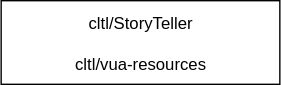
Before: doc/stack-diagram.svg, a diagram exported from draw.io (cltl/StoryTeller). Source tidied: cells renumbered, new cells last; positions are measured from the earlier drawing's top-left corner, leaving out a move shared by most shapes.
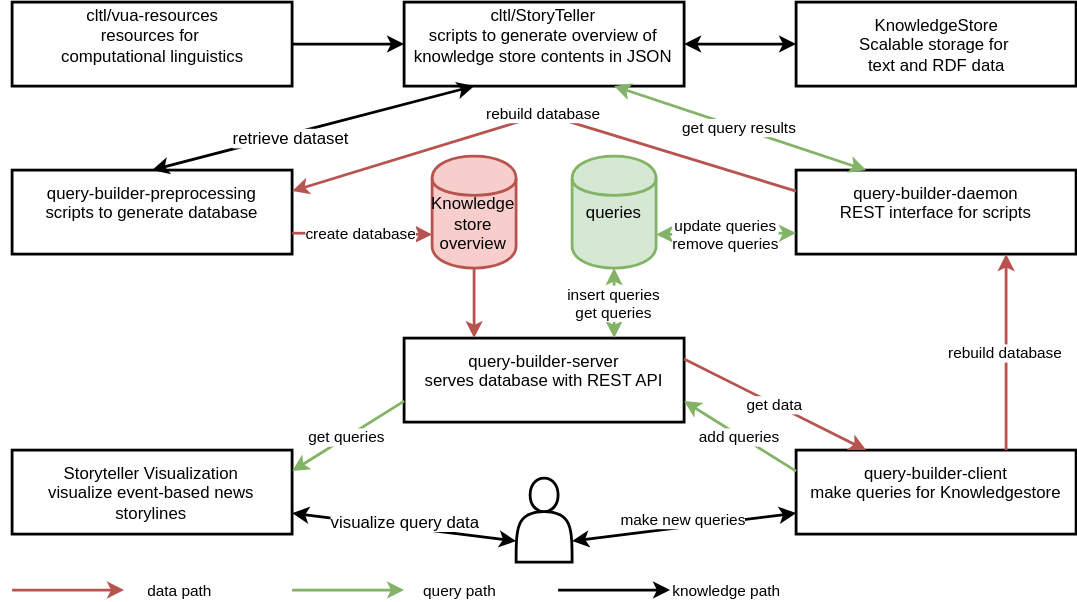
Above is the later version.

What changed in the source:
```diff
@@ -2,8 +2,117 @@
   <root>
     <mxCell id="0" />
     <mxCell id="1" parent="0" />
-    <mxCell id="2" value="&lt;div&gt;&lt;a href=&quot;https://github.com/cltl/StoryTeller&quot;&gt;cltl/StoryTeller&lt;/a&gt;&lt;/div&gt;&lt;div&gt;&lt;br&gt;&lt;/div&gt;&lt;a href=&quot;https://github.com/cltl/vua-resources&quot;&gt;cltl/vua-resources&lt;/a&gt;" style="whiteSpace=wrap;html=1;" parent="1" vertex="1">
+    <mxCell id="2" value="&lt;div&gt;&lt;a href=&quot;https://github.com/cltl/StoryTeller&quot;&gt;cltl/StoryTeller&lt;/a&gt;&lt;/div&gt;&lt;div&gt;scripts to generate overview of knowledge store contents in JSON&lt;/div&gt;&lt;br&gt;" style="whiteSpace=wrap;html=1;rounded=0;strokeWidth=2;" parent="1" vertex="1">
       <mxGeometry width="200" height="60" as="geometry" />
     </mxCell>
+    <mxCell id="3" value="&lt;a href=&quot;https://github.com/NLeSC-Storyteller/query-builder-preprocessing&quot;&gt;query-builder-preprocessing&lt;/a&gt;&lt;div&gt;&lt;span&gt;scripts to generate database&lt;/span&gt;&lt;br&gt;&lt;/div&gt;&lt;div&gt;&lt;br&gt;&lt;/div&gt;" style="whiteSpace=wrap;html=1;rounded=0;strokeWidth=2;" parent="1" vertex="1">
+      <mxGeometry x="-280" y="120" width="200" height="60" as="geometry" />
+    </mxCell>
+    <mxCell id="4" value="&lt;div&gt;&lt;span&gt;&lt;a href=&quot;https://github.com/cltl/vua-resources&quot;&gt;cltl/vua-resources&lt;/a&gt;&lt;/span&gt;&lt;br&gt;&lt;/div&gt;&lt;div&gt;resources for&amp;nbsp;&lt;/div&gt;&lt;div&gt;computational linguistics&lt;/div&gt;&lt;br&gt;" style="whiteSpace=wrap;html=1;rounded=0;strokeWidth=2;" parent="1" vertex="1">
+      <mxGeometry x="-280" width="200" height="60" as="geometry" />
+    </mxCell>
+    <mxCell id="5" value="&lt;a href=&quot;https://github.com/NLeSC-Storyteller/query-builder-server&quot;&gt;query-builder-server&lt;/a&gt;&lt;br&gt;&lt;div&gt;serves database with REST API&lt;/div&gt;&lt;div&gt;&lt;br&gt;&lt;/div&gt;" style="whiteSpace=wrap;html=1;rounded=0;strokeWidth=2;" parent="1" vertex="1">
+      <mxGeometry y="240" width="200" height="60" as="geometry" />
+    </mxCell>
+    <mxCell id="6" value="&lt;a href=&quot;https://github.com/NLeSC-Storyteller/query-builder-daemon&quot;&gt;query-builder-daemon&lt;/a&gt;&lt;br&gt;&lt;div&gt;REST interface for scripts&lt;/div&gt;&lt;div&gt;&lt;br&gt;&lt;/div&gt;" style="whiteSpace=wrap;html=1;rounded=0;strokeWidth=2;" parent="1" vertex="1">
+      <mxGeometry x="280" y="120" width="200" height="60" as="geometry" />
+    </mxCell>
+    <mxCell id="7" style="endArrow=none;startArrow=classic;html=1;entryX=1;entryY=0.5;exitX=0;exitY=0.5;startFill=1;endFill=0;strokeWidth=2;" parent="1" edge="1" source="2" target="4">
+      <mxGeometry relative="1" as="geometry" />
+    </mxCell>
+    <mxCell id="8" style="endArrow=classic;startArrow=classic;html=1;entryX=0.25;entryY=1;exitX=0.5;exitY=0;endFill=1;startFill=1;strokeWidth=2;" parent="1" edge="1" source="3" target="2">
+      <mxGeometry relative="1" as="geometry" />
+    </mxCell>
+    <mxCell id="9" value="retrieve dataset" style="text;html=1;align=center;verticalAlign=middle;labelBackgroundColor=#ffffff;" parent="8" vertex="1">
+      <mxGeometry x="-0.14" y="-2" relative="1" as="geometry" />
+    </mxCell>
+    <mxCell id="10" value="create database" style="endArrow=classic;html=1;entryX=0;entryY=0.7;exitX=1;exitY=0.75;strokeWidth=2;fillColor=#f8cecc;strokeColor=#b85450;" parent="1" edge="1" source="3" target="20">
+      <mxGeometry relative="1" as="geometry" />
+    </mxCell>
+    <mxCell id="11" value="insert queries&lt;div&gt;get queries&lt;/div&gt;" style="endArrow=classic;html=1;entryX=0.5;entryY=1;exitX=0.75;exitY=0;startArrow=classic;startFill=1;fillColor=#d5e8d4;strokeColor=#82b366;strokeWidth=2;" parent="1" edge="1" source="5" target="23">
+      <mxGeometry relative="1" as="geometry" />
+    </mxCell>
+    <mxCell id="12" value="&amp;nbsp;rebuild database&amp;nbsp;" style="endArrow=classic;html=1;exitX=0;exitY=0.25;fillColor=#f8cecc;strokeColor=#b85450;strokeWidth=2;" parent="1" edge="1" source="6">
+      <mxGeometry relative="1" as="geometry">
+        <mxPoint x="-80" y="135" as="targetPoint" />
+        <Array as="points">
+          <mxPoint x="100" y="80" />
+        </Array>
+      </mxGeometry>
+    </mxCell>
+    <mxCell id="13" value="&lt;a href=&quot;https://github.com/NLeSC-Storyteller/query-builder-client&quot;&gt;query-builder-client&lt;/a&gt;&lt;br&gt;&lt;div&gt;make queries for Knowledgestore&lt;/div&gt;&lt;div&gt;&lt;br&gt;&lt;/div&gt;" style="whiteSpace=wrap;html=1;rounded=0;strokeWidth=2;" parent="1" vertex="1">
+      <mxGeometry x="280" y="320" width="200" height="60" as="geometry" />
+    </mxCell>
+    <mxCell id="14" value="&lt;div&gt;&lt;a href=&quot;https://knowledgestore.fbk.eu/&quot;&gt;KnowledgeStore&lt;/a&gt;&lt;/div&gt;&lt;div&gt;&lt;span&gt;Scalable storage for&amp;nbsp;&lt;/span&gt;&lt;/div&gt;&lt;div&gt;&lt;span&gt;text and RDF data&lt;/span&gt;&lt;br&gt;&lt;/div&gt;" style="whiteSpace=wrap;html=1;rounded=0;strokeWidth=2;" parent="1" vertex="1">
+      <mxGeometry x="280" width="200" height="60" as="geometry" />
+    </mxCell>
+    <mxCell id="15" style="endArrow=classic;startArrow=classic;html=1;entryX=0;entryY=0.5;exitX=1;exitY=0.5;strokeWidth=2;" parent="1" edge="1" source="2" target="14">
+      <mxGeometry relative="1" as="geometry" />
+    </mxCell>
+    <mxCell id="16" value="rebuild database" style="endArrow=classic;startArrow=none;html=1;entryX=0.75;entryY=1;exitX=0.75;exitY=0;startFill=0;fillColor=#f8cecc;strokeColor=#b85450;strokeWidth=2;" parent="1" edge="1" source="13" target="6">
+      <mxGeometry relative="1" as="geometry" />
+    </mxCell>
+    <mxCell id="17" value="&lt;div&gt;add queries&lt;/div&gt;" style="endArrow=classic;startArrow=none;html=1;entryX=1;entryY=0.75;exitX=0;exitY=0.25;endFill=1;startFill=0;fillColor=#d5e8d4;strokeColor=#82b366;strokeWidth=2;" parent="1" edge="1" source="13" target="5">
+      <mxGeometry relative="1" as="geometry" />
+    </mxCell>
+    <mxCell id="18" value="&lt;div&gt;&lt;a href=&quot;https://github.com/NLeSC/UncertaintyVisualization/&quot;&gt;Storyteller Visualization&lt;/a&gt;&lt;/div&gt;&lt;div&gt;visualize event-based news storylines&lt;/div&gt;" style="whiteSpace=wrap;html=1;rounded=0;strokeWidth=2;" parent="1" vertex="1">
+      <mxGeometry x="-280" y="320" width="200" height="60" as="geometry" />
+    </mxCell>
+    <mxCell id="19" value="get queries" style="endArrow=none;startArrow=classic;html=1;entryX=0;entryY=0.75;exitX=1;exitY=0.25;startFill=1;endFill=0;fillColor=#d5e8d4;strokeColor=#82b366;strokeWidth=2;" parent="1" edge="1" source="18" target="5">
+      <mxGeometry relative="1" as="geometry" />
+    </mxCell>
+    <mxCell id="20" value="&lt;div&gt;&lt;br&gt;&lt;/div&gt;&lt;div&gt;Knowledge&lt;/div&gt;&lt;div&gt;store overview&lt;/div&gt;" style="shape=cylinder;whiteSpace=wrap;html=1;rounded=0;strokeWidth=2;fillColor=#f8cecc;strokeColor=#b85450;" parent="1" vertex="1">
+      <mxGeometry x="20" y="110" width="60" height="80" as="geometry" />
+    </mxCell>
+    <mxCell id="21" value="update queries&lt;div&gt;remove queries&lt;/div&gt;" style="endArrow=classic;startArrow=classic;html=1;entryX=0;entryY=0.75;exitX=1;exitY=0.7;fillColor=#d5e8d4;strokeColor=#82b366;strokeWidth=2;" parent="1" edge="1" source="23" target="6">
+      <mxGeometry relative="1" as="geometry" />
+    </mxCell>
+    <mxCell id="22" style="endArrow=classic;html=1;entryX=0.25;entryY=0;fillColor=#f8cecc;strokeColor=#b85450;strokeWidth=2;" parent="1" edge="1" source="20" target="5">
+      <mxGeometry relative="1" as="geometry" />
+    </mxCell>
+    <mxCell id="23" value="queries" style="shape=cylinder;whiteSpace=wrap;html=1;rounded=0;strokeWidth=2;fillColor=#d5e8d4;strokeColor=#82b366;" parent="1" vertex="1">
+      <mxGeometry x="120" y="110" width="60" height="80" as="geometry" />
+    </mxCell>
+    <mxCell id="24" value="get data" style="endArrow=classic;html=1;strokeWidth=2;entryX=0.25;entryY=0;exitX=1;exitY=0.25;fillColor=#f8cecc;strokeColor=#b85450;" parent="1" edge="1" source="5" target="13">
+      <mxGeometry relative="1" as="geometry" />
+    </mxCell>
+    <mxCell id="25" value="data path" style="endArrow=classic;html=1;strokeWidth=2;fillColor=#f8cecc;strokeColor=#b85450;" parent="1" edge="1">
+      <mxGeometry x="1" y="40" relative="1" as="geometry">
+        <mxPoint x="-280" y="420" as="sourcePoint" />
+        <mxPoint x="-200" y="420" as="targetPoint" />
+        <mxPoint x="40" y="40" as="offset" />
+      </mxGeometry>
+    </mxCell>
+    <mxCell id="26" value="query path" style="endArrow=classic;html=1;strokeWidth=2;fillColor=#d5e8d4;strokeColor=#82b366;" parent="1" edge="1">
+      <mxGeometry x="1" y="40" relative="1" as="geometry">
+        <mxPoint x="-80" y="420" as="sourcePoint" />
+        <mxPoint y="420" as="targetPoint" />
+        <mxPoint x="40" y="40" as="offset" />
+      </mxGeometry>
+    </mxCell>
+    <mxCell id="27" value="knowledge path" style="endArrow=classic;html=1;strokeWidth=2;fillColor=#ffffff;strokeColor=#000000;" parent="1" edge="1">
+      <mxGeometry x="1" y="40" relative="1" as="geometry">
+        <mxPoint x="110" y="420" as="sourcePoint" />
+        <mxPoint x="190" y="420" as="targetPoint" />
+        <mxPoint x="40" y="40" as="offset" />
+      </mxGeometry>
+    </mxCell>
+    <mxCell id="28" value="get query results" style="endArrow=classic;html=1;strokeWidth=2;entryX=0.75;entryY=1;exitX=0.25;exitY=0;fillColor=#d5e8d4;strokeColor=#82b366;startArrow=classic;startFill=1;" parent="1" edge="1" source="6" target="2">
+      <mxGeometry relative="1" as="geometry" />
+    </mxCell>
+    <mxCell id="29" style="shape=actor;whiteSpace=wrap;html=1;rounded=0;strokeWidth=2;" parent="1" vertex="1">
+      <mxGeometry x="80" y="340" width="40" height="60" as="geometry" />
+    </mxCell>
+    <mxCell id="30" value="make new queries" style="endArrow=classic;startArrow=classic;html=1;strokeWidth=2;exitX=1;exitY=0.75;entryX=0;entryY=0.75;fillColor=#ffffff;strokeColor=#000000;" parent="1" edge="1" source="29" target="13">
+      <mxGeometry x="0.01" y="5" relative="1" as="geometry" />
+    </mxCell>
+    <mxCell id="31" style="endArrow=classic;startArrow=classic;html=1;strokeWidth=2;entryX=0;entryY=0.75;exitX=1;exitY=0.75;" parent="1" edge="1" source="18" target="29">
+      <mxGeometry relative="1" as="geometry" />
+    </mxCell>
+    <mxCell id="32" value="visualize query data" style="text;html=1;align=center;verticalAlign=middle;labelBackgroundColor=#ffffff;" parent="31" vertex="1">
+      <mxGeometry x="-0.2" y="-3" relative="1" as="geometry">
+        <mxPoint x="16" y="-6" as="offset" />
+      </mxGeometry>
+    </mxCell>
   </root>
 </mxGraphModel>
```
